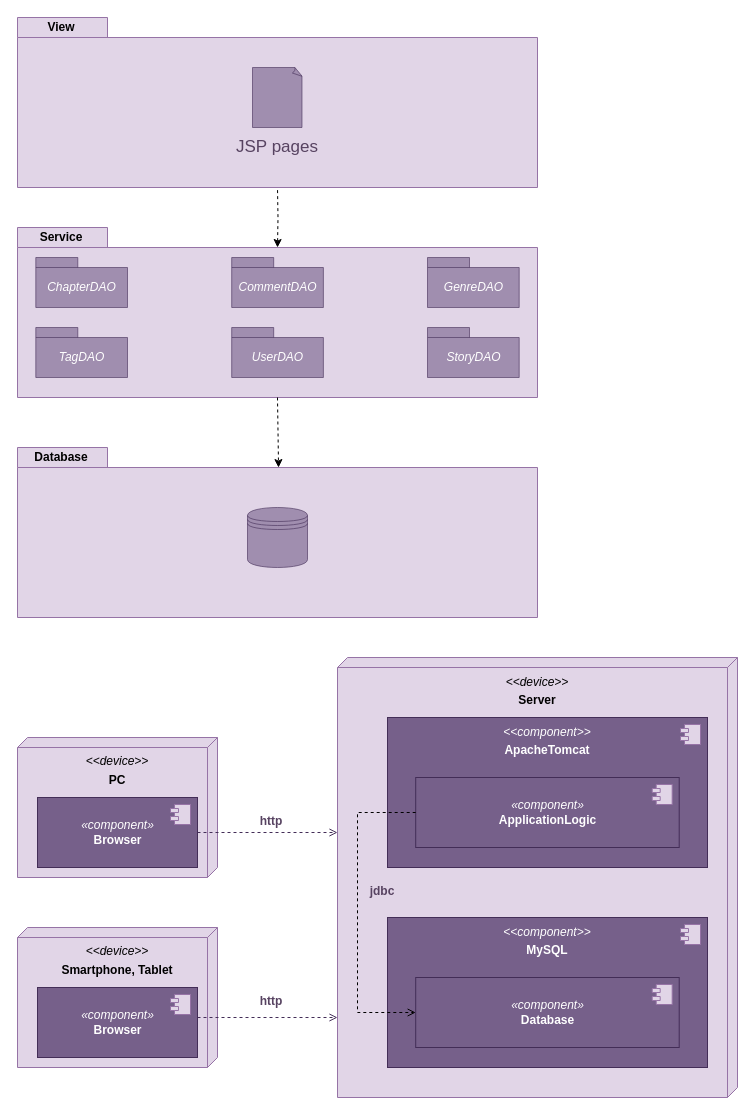
Earlier version of the draw.io diagram Docs/3.System Design Document/diagrammi.drawio (DMar00/Book-Pad). Source tidied: cells renumbered, new cells numbered last; positions are measured from the earlier drawing's top-left corner, leaving out a move shared by most shapes. Both pictures are drawn from the tidied source at 100%, with x=0, y=0 at pixel (17, 17).
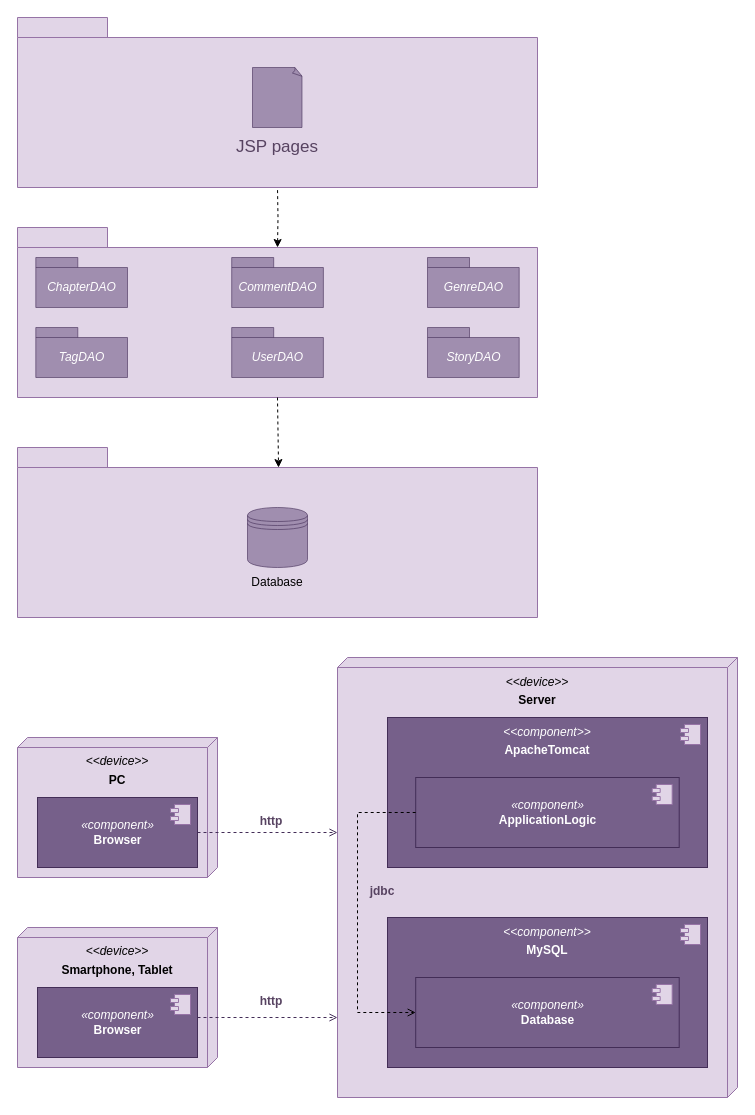
Above is the later version.

The change refers to these unchanged cells:
```xml
<mxCell id="2" style="group;" parent="1" vertex="1">
  <mxGeometry y="210" width="520" height="170" as="geometry" />
</mxCell>
<mxCell id="11" style="group;" parent="1" vertex="1">
  <mxGeometry y="430" width="520" height="170" as="geometry" />
</mxCell>
<mxCell id="16" style="group;" parent="1" vertex="1">
  <mxGeometry width="520" height="170" as="geometry" />
</mxCell>
```

Change to the diagram source:
```diff
@@
-    <mxCell id="4" value="Service" style="text;html=1;strokeColor=none;fillColor=none;align=center;verticalAlign=middle;whiteSpace=wrap;rounded=0;fontStyle=1;" parent="2" vertex="1">
-      <mxGeometry width="88.3" height="20" as="geometry" />
-    </mxCell>
@@
+    <mxCell id="14" style="shape=datastore;whiteSpace=wrap;html=1;strokeColor=#432D57;opacity=60;fillColor=#76608a;fontColor=#ffffff;" parent="11" vertex="1">
+      <mxGeometry x="230" y="60" width="60" height="60" as="geometry" />
+    </mxCell>
-    <mxCell id="13" value="Database" style="text;html=1;strokeColor=none;fillColor=none;align=center;verticalAlign=middle;whiteSpace=wrap;rounded=0;fontStyle=1;" parent="11" vertex="1">
-      <mxGeometry width="88.3" height="20" as="geometry" />
+    <mxCell id="13" value="Database" style="text;html=1;strokeColor=none;fillColor=none;align=center;verticalAlign=middle;whiteSpace=wrap;rounded=0;" parent="11" vertex="1">
+      <mxGeometry x="230" y="120" width="60" height="30" as="geometry" />
     </mxCell>
-    <mxCell id="14" style="shape=datastore;whiteSpace=wrap;html=1;strokeColor=#432D57;opacity=60;fillColor=#76608a;fontColor=#ffffff;" parent="11" vertex="1">
-      <mxGeometry x="230" y="60" width="60" height="60" as="geometry" />
-    </mxCell>
@@
-    <mxCell id="18" value="View" style="text;html=1;strokeColor=none;fillColor=none;align=center;verticalAlign=middle;whiteSpace=wrap;rounded=0;fontStyle=1;" parent="16" vertex="1">
-      <mxGeometry width="88.3" height="20" as="geometry" />
-    </mxCell>
```
